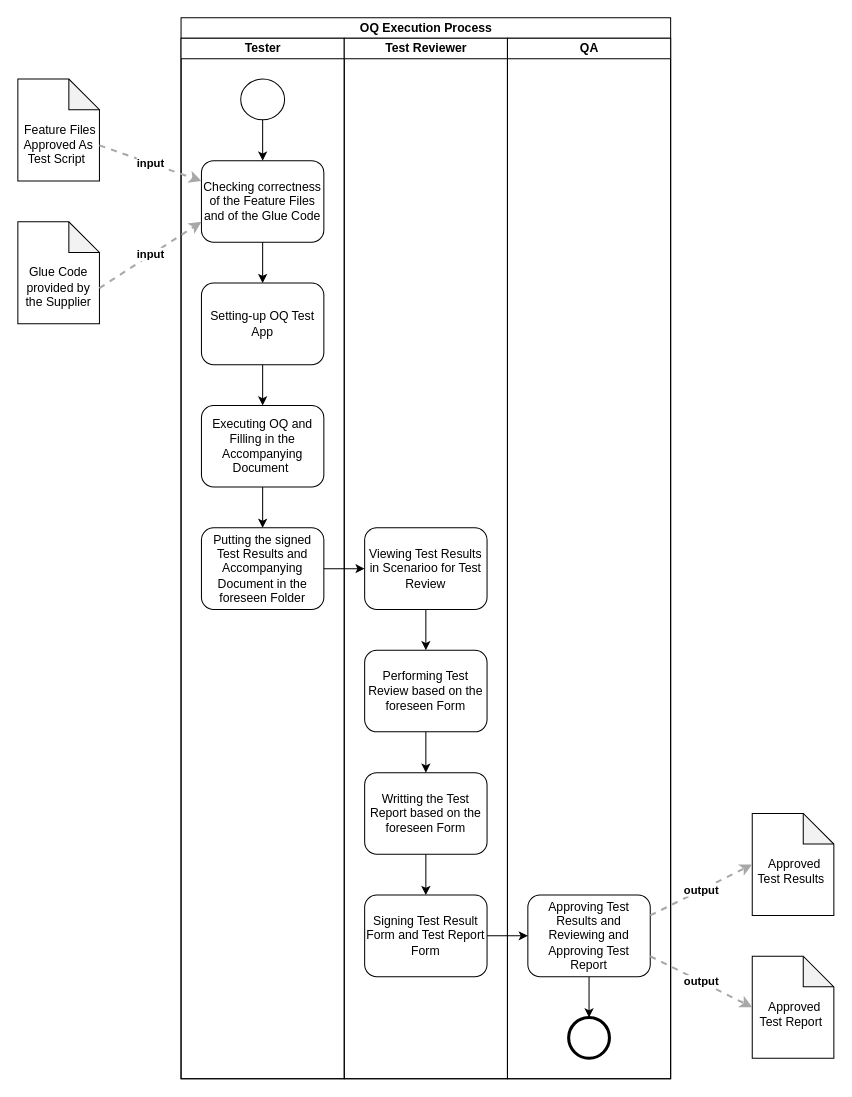
Before: jba-oq-documents/OQ-Execution Process.drawio in sableu/BDD4OQ, a draw.io diagram. Source tidied: cells renumbered, new cells numbered last; positions are measured from the earlier drawing's top-left corner, leaving out a move shared by most shapes. Both pictures are drawn from the tidied source at 102%, with x=0, y=0 at pixel (17, 17).
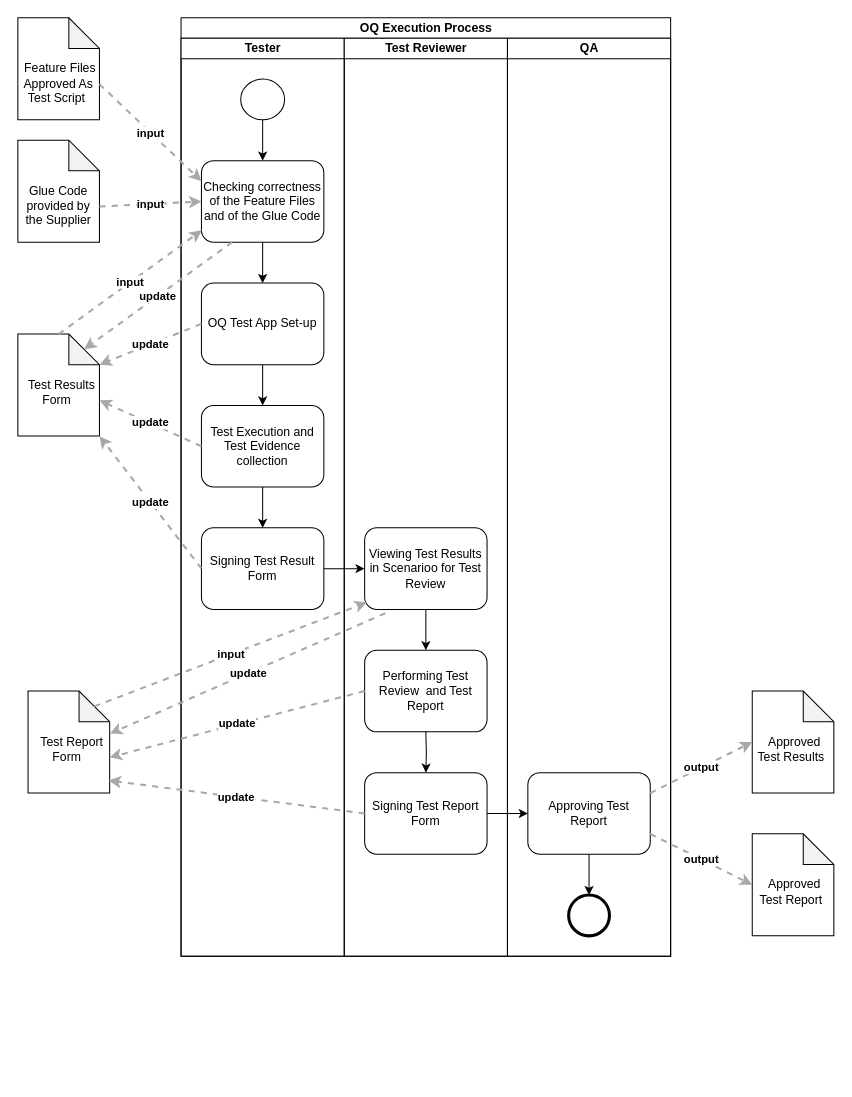
After the change.

The change refers to these unchanged cells:
```xml
<mxCell id="7" value="Checking correctness of the Feature Files and of the Glue Code" style="shape=ext;rounded=1;html=1;whiteSpace=wrap;" parent="5" vertex="1">
  <mxGeometry x="20" y="120" width="120" height="80" as="geometry" />
</mxCell>
```

Change to the diagram source:
```diff
@@
     <mxCell id="2" value="&lt;br&gt;&lt;br&gt;&amp;nbsp;Feature Files Approved As &lt;br&gt;Test Script&amp;nbsp;" style="shape=note;whiteSpace=wrap;html=1;backgroundOutline=1;darkOpacity=0.05;" parent="1" vertex="1">
-      <mxGeometry y="60" width="80" height="100" as="geometry" />
+      <mxGeometry width="80" height="100" as="geometry" />
     </mxCell>
     <mxCell id="3" value="&lt;br&gt;&lt;br&gt;Glue Code provided by the Supplier" style="shape=note;whiteSpace=wrap;html=1;backgroundOutline=1;darkOpacity=0.05;" parent="1" vertex="1">
-      <mxGeometry y="200" width="80" height="100" as="geometry" />
+      <mxGeometry y="120" width="80" height="100" as="geometry" />
     </mxCell>
     <mxCell id="4" value="OQ Execution Process" style="swimlane;html=1;startSize=20;" parent="1" vertex="1">
-      <mxGeometry x="160" width="480" height="1040" as="geometry" />
+      <mxGeometry x="160" width="480" height="920" as="geometry" />
     </mxCell>
     <mxCell id="5" value="Tester" style="swimlane;html=1;startSize=20;" parent="4" vertex="1">
-      <mxGeometry y="20" width="160" height="1020" as="geometry" />
+      <mxGeometry y="20" width="160" height="900" as="geometry" />
     </mxCell>
@@
-    <mxCell id="8" value="Setting-up OQ Test App" style="shape=ext;rounded=1;html=1;whiteSpace=wrap;" parent="5" vertex="1">
+    <mxCell id="8" value="OQ Test App Set-up" style="shape=ext;rounded=1;html=1;whiteSpace=wrap;" parent="5" vertex="1">
       <mxGeometry x="20" y="240" width="120" height="80" as="geometry" />
     </mxCell>
-    <mxCell id="9" value="Putting the signed Test Results and Accompanying Document in the foreseen Folder" style="shape=ext;rounded=1;html=1;whiteSpace=wrap;" parent="5" vertex="1">
+    <mxCell id="9" value="Signing Test Result Form" style="shape=ext;rounded=1;html=1;whiteSpace=wrap;" parent="5" vertex="1">
       <mxGeometry x="20" y="480" width="120" height="80" as="geometry" />
     </mxCell>
@@
-    <mxCell id="14" value="Executing OQ and Filling in the Accompanying Document&amp;nbsp;" style="shape=ext;rounded=1;html=1;whiteSpace=wrap;" parent="5" vertex="1">
+    <mxCell id="14" value="Test Execution and Test Evidence collection" style="shape=ext;rounded=1;html=1;whiteSpace=wrap;" parent="5" vertex="1">
       <mxGeometry x="20" y="360" width="120" height="80" as="geometry" />
     </mxCell>
     <mxCell id="15" value="Test Reviewer" style="swimlane;html=1;startSize=20;" parent="4" vertex="1">
-      <mxGeometry x="160" y="20" width="160" height="1020" as="geometry" />
+      <mxGeometry x="160" y="20" width="160" height="900" as="geometry" />
     </mxCell>
@@
+    <mxCell id="20" value="Viewing Test Results in Scenarioo for Test Review" style="shape=ext;rounded=1;html=1;whiteSpace=wrap;" parent="15" vertex="1">
+      <mxGeometry x="20" y="480" width="120" height="80" as="geometry" />
+    </mxCell>
+    <mxCell id="22" value="Performing Test Review&amp;nbsp; and Test Report" style="shape=ext;rounded=1;html=1;whiteSpace=wrap;" parent="15" vertex="1">
+      <mxGeometry x="20" y="600" width="120" height="80" as="geometry" />
+    </mxCell>
-    <mxCell id="17" value="Signing Test Result Form and Test Report Form" style="shape=ext;rounded=1;html=1;whiteSpace=wrap;" parent="15" vertex="1">
-      <mxGeometry x="20" y="840" width="120" height="80" as="geometry" />
+    <mxCell id="17" value="Signing Test Report Form" style="shape=ext;rounded=1;html=1;whiteSpace=wrap;" parent="15" vertex="1">
+      <mxGeometry x="20" y="720" width="120" height="80" as="geometry" />
     </mxCell>
-    <mxCell id="18" style="edgeStyle=orthogonalEdgeStyle;rounded=0;jettySize=auto;html=1;entryX=0.5;entryY=0;entryDx=0;entryDy=0;" parent="15" edge="1" source="19" target="17">
-      <mxGeometry relative="1" as="geometry" />
+    <mxCell id="18" style="edgeStyle=orthogonalEdgeStyle;rounded=0;jettySize=auto;html=1;entryX=0.5;entryY=0;entryDx=0;entryDy=0;" parent="15" edge="1" target="17">
+      <mxGeometry relative="1" as="geometry">
+        <mxPoint x="80" y="680" as="sourcePoint" />
+      </mxGeometry>
     </mxCell>
-    <mxCell id="19" value="Writting the Test Report based on the foreseen Form" style="shape=ext;rounded=1;html=1;whiteSpace=wrap;" parent="15" vertex="1">
-      <mxGeometry x="20" y="720" width="120" height="80" as="geometry" />
-    </mxCell>
-    <mxCell id="20" value="Viewing Test Results in Scenarioo for Test Review" style="shape=ext;rounded=1;html=1;whiteSpace=wrap;" parent="15" vertex="1">
-      <mxGeometry x="20" y="480" width="120" height="80" as="geometry" />
-    </mxCell>
-    <mxCell id="21" style="edgeStyle=orthogonalEdgeStyle;rounded=0;jettySize=auto;html=1;entryX=0.5;entryY=0;entryDx=0;entryDy=0;" parent="15" edge="1" source="22" target="19">
-      <mxGeometry relative="1" as="geometry" />
-    </mxCell>
-    <mxCell id="22" value="Performing Test Review based on the foreseen Form" style="shape=ext;rounded=1;html=1;whiteSpace=wrap;" parent="15" vertex="1">
-      <mxGeometry x="20" y="600" width="120" height="80" as="geometry" />
-    </mxCell>
+    <mxCell id="28" style="edgeStyle=orthogonalEdgeStyle;rounded=0;jettySize=auto;html=1;entryX=0;entryY=0.5;entryDx=0;entryDy=0;" parent="4" edge="1" source="17" target="26">
+      <mxGeometry relative="1" as="geometry" />
+    </mxCell>
     <mxCell id="23" value="QA" style="swimlane;html=1;startSize=20;" parent="4" vertex="1">
-      <mxGeometry x="320" y="20" width="160" height="1020" as="geometry" />
+      <mxGeometry x="320" y="20" width="160" height="900" as="geometry" />
     </mxCell>
     <mxCell id="24" style="shape=mxgraph.bpmn.shape;html=1;verticalLabelPosition=bottom;labelBackgroundColor=#ffffff;verticalAlign=top;align=center;perimeter=ellipsePerimeter;outlineConnect=0;outline=end;symbol=general;" parent="23" vertex="1">
-      <mxGeometry x="60" y="960" width="40" height="40" as="geometry" />
+      <mxGeometry x="60" y="840" width="40" height="40" as="geometry" />
     </mxCell>
@@
-    <mxCell id="26" value="Approving Test Results and Reviewing and Approving Test Report" style="shape=ext;rounded=1;html=1;whiteSpace=wrap;" parent="23" vertex="1">
-      <mxGeometry x="20" y="840" width="120" height="80" as="geometry" />
+    <mxCell id="26" value="Approving Test Report" style="shape=ext;rounded=1;html=1;whiteSpace=wrap;" parent="23" vertex="1">
+      <mxGeometry x="20" y="720" width="120" height="80" as="geometry" />
     </mxCell>
@@
-    <mxCell id="28" style="edgeStyle=orthogonalEdgeStyle;rounded=0;jettySize=auto;html=1;entryX=0;entryY=0.5;entryDx=0;entryDy=0;" parent="4" edge="1" source="17" target="26">
-      <mxGeometry relative="1" as="geometry" />
-    </mxCell>
@@
-    <mxCell id="30" value="&lt;div style=&quot;text-align: left&quot;&gt;&lt;div style=&quot;text-align: center&quot;&gt;&lt;b&gt;input&lt;/b&gt;&lt;/div&gt;&lt;/div&gt;" style="edgeStyle=none;rounded=0;html=1;entryX=0;entryY=0.75;jettySize=auto;strokeColor=#A8A8A8;strokeWidth=2;fontColor=#000000;jumpStyle=none;dashed=1;entryDx=0;entryDy=0;exitX=0;exitY=0;exitDx=80;exitDy=65;exitPerimeter=0;" parent="1" edge="1" source="3" target="7">
+    <mxCell id="30" value="&lt;div style=&quot;text-align: left&quot;&gt;&lt;div style=&quot;text-align: center&quot;&gt;&lt;b&gt;input&lt;/b&gt;&lt;/div&gt;&lt;/div&gt;" style="edgeStyle=none;rounded=0;html=1;entryX=0;entryY=0.5;jettySize=auto;strokeColor=#A8A8A8;strokeWidth=2;fontColor=#000000;jumpStyle=none;dashed=1;entryDx=0;entryDy=0;exitX=0;exitY=0;exitDx=80;exitDy=65;exitPerimeter=0;" parent="1" edge="1" source="3" target="7">
       <mxGeometry relative="1" as="geometry" />
     </mxCell>
     <mxCell id="31" value="&lt;br&gt;&amp;nbsp;Approved Test Report&amp;nbsp;" style="shape=note;whiteSpace=wrap;html=1;backgroundOutline=1;darkOpacity=0.05;" parent="1" vertex="1">
-      <mxGeometry x="720" y="920" width="80" height="100" as="geometry" />
+      <mxGeometry x="720" y="800" width="80" height="100" as="geometry" />
     </mxCell>
     <mxCell id="32" value="&lt;br&gt;&amp;nbsp;Approved Test Results&amp;nbsp;" style="shape=note;whiteSpace=wrap;html=1;backgroundOutline=1;darkOpacity=0.05;" parent="1" vertex="1">
-      <mxGeometry x="720" y="780" width="80" height="100" as="geometry" />
+      <mxGeometry x="720" y="660" width="80" height="100" as="geometry" />
     </mxCell>
@@
+    <mxCell id="35" value="&lt;br&gt;&amp;nbsp; Test Results&lt;br&gt;Form&amp;nbsp;" style="shape=note;whiteSpace=wrap;html=1;backgroundOutline=1;darkOpacity=0.05;" parent="1" vertex="1">
+      <mxGeometry y="310" width="80" height="100" as="geometry" />
+    </mxCell>
+    <mxCell id="36" value="&lt;div style=&quot;text-align: left&quot;&gt;&lt;div style=&quot;text-align: center&quot;&gt;&lt;b&gt;input&lt;/b&gt;&lt;/div&gt;&lt;/div&gt;" style="edgeStyle=none;rounded=0;html=1;jettySize=auto;strokeColor=#A8A8A8;strokeWidth=2;fontColor=#000000;jumpStyle=none;dashed=1;exitX=0.5;exitY=0;exitDx=0;exitDy=0;exitPerimeter=0;entryX=0.003;entryY=0.854;entryDx=0;entryDy=0;entryPerimeter=0;" parent="1" edge="1" source="35" target="7">
+      <mxGeometry relative="1" as="geometry" />
+    </mxCell>
+    <mxCell id="37" value="&lt;div style=&quot;text-align: left&quot;&gt;&lt;div style=&quot;text-align: center&quot;&gt;&lt;b&gt;update&lt;/b&gt;&lt;/div&gt;&lt;/div&gt;" style="edgeStyle=none;rounded=0;html=1;entryX=0;entryY=0;jettySize=auto;strokeColor=#A8A8A8;strokeWidth=2;fontColor=#000000;jumpStyle=none;dashed=1;entryDx=65;entryDy=15;exitX=0.25;exitY=1;exitDx=0;exitDy=0;entryPerimeter=0;" parent="1" edge="1" source="7" target="35">
+      <mxGeometry relative="1" as="geometry" />
+    </mxCell>
+    <mxCell id="38" value="&lt;div style=&quot;text-align: left&quot;&gt;&lt;div style=&quot;text-align: center&quot;&gt;&lt;b&gt;update&lt;/b&gt;&lt;/div&gt;&lt;/div&gt;" style="edgeStyle=none;rounded=0;html=1;entryX=0;entryY=0;jettySize=auto;strokeColor=#A8A8A8;strokeWidth=2;fontColor=#000000;jumpStyle=none;dashed=1;entryDx=80;entryDy=30;exitX=0;exitY=0.5;exitDx=0;exitDy=0;entryPerimeter=0;" parent="1" edge="1" source="8" target="35">
+      <mxGeometry relative="1" as="geometry" />
+    </mxCell>
+    <mxCell id="39" value="&lt;div style=&quot;text-align: left&quot;&gt;&lt;div style=&quot;text-align: center&quot;&gt;&lt;b&gt;update&lt;/b&gt;&lt;/div&gt;&lt;/div&gt;" style="edgeStyle=none;rounded=0;html=1;entryX=0;entryY=0;jettySize=auto;strokeColor=#A8A8A8;strokeWidth=2;fontColor=#000000;jumpStyle=none;dashed=1;entryDx=80;entryDy=65;exitX=0;exitY=0.5;exitDx=0;exitDy=0;entryPerimeter=0;" parent="1" edge="1" source="14" target="35">
+      <mxGeometry relative="1" as="geometry" />
+    </mxCell>
+    <mxCell id="40" value="&lt;div style=&quot;text-align: left&quot;&gt;&lt;div style=&quot;text-align: center&quot;&gt;&lt;b&gt;update&lt;/b&gt;&lt;/div&gt;&lt;/div&gt;" style="edgeStyle=none;rounded=0;html=1;entryX=1;entryY=1;jettySize=auto;strokeColor=#A8A8A8;strokeWidth=2;fontColor=#000000;jumpStyle=none;dashed=1;entryDx=0;entryDy=0;exitX=0;exitY=0.5;exitDx=0;exitDy=0;entryPerimeter=0;" parent="1" edge="1" source="9" target="35">
+      <mxGeometry relative="1" as="geometry" />
+    </mxCell>
+    <mxCell id="41" value="&lt;br&gt;&amp;nbsp; Test Report&lt;br&gt;Form&amp;nbsp;" style="shape=note;whiteSpace=wrap;html=1;backgroundOutline=1;darkOpacity=0.05;" parent="1" vertex="1">
+      <mxGeometry x="10" y="660" width="80" height="100" as="geometry" />
+    </mxCell>
+    <mxCell id="42" value="&lt;div style=&quot;text-align: left&quot;&gt;&lt;div style=&quot;text-align: center&quot;&gt;&lt;b&gt;input&lt;/b&gt;&lt;/div&gt;&lt;/div&gt;" style="edgeStyle=none;rounded=0;html=1;jettySize=auto;strokeColor=#A8A8A8;strokeWidth=2;fontColor=#000000;jumpStyle=none;dashed=1;exitX=0;exitY=0;exitDx=65;exitDy=15;exitPerimeter=0;entryX=0.019;entryY=0.913;entryDx=0;entryDy=0;entryPerimeter=0;" parent="1" edge="1" source="41" target="20">
+      <mxGeometry relative="1" as="geometry" />
+    </mxCell>
+    <mxCell id="43" value="&lt;div style=&quot;text-align: left&quot;&gt;&lt;div style=&quot;text-align: center&quot;&gt;&lt;b&gt;update&lt;/b&gt;&lt;/div&gt;&lt;/div&gt;" style="edgeStyle=none;rounded=0;html=1;entryX=1.004;entryY=0.417;jettySize=auto;strokeColor=#A8A8A8;strokeWidth=2;fontColor=#000000;jumpStyle=none;dashed=1;entryDx=0;entryDy=0;exitX=0.169;exitY=1.046;exitDx=0;exitDy=0;entryPerimeter=0;exitPerimeter=0;" parent="1" edge="1" source="20" target="41">
+      <mxGeometry relative="1" as="geometry" />
+    </mxCell>
+    <mxCell id="44" value="&lt;div style=&quot;text-align: left&quot;&gt;&lt;div style=&quot;text-align: center&quot;&gt;&lt;b&gt;update&lt;/b&gt;&lt;/div&gt;&lt;/div&gt;" style="edgeStyle=none;rounded=0;html=1;entryX=0;entryY=0;jettySize=auto;strokeColor=#A8A8A8;strokeWidth=2;fontColor=#000000;jumpStyle=none;dashed=1;entryDx=80;entryDy=65;exitX=0;exitY=0.5;exitDx=0;exitDy=0;entryPerimeter=0;" parent="1" edge="1" source="22" target="41">
+      <mxGeometry relative="1" as="geometry" />
+    </mxCell>
+    <mxCell id="45" value="&lt;div style=&quot;text-align: left&quot;&gt;&lt;div style=&quot;text-align: center&quot;&gt;&lt;b&gt;update&lt;/b&gt;&lt;/div&gt;&lt;/div&gt;" style="edgeStyle=none;rounded=0;html=1;entryX=0.988;entryY=0.877;jettySize=auto;strokeColor=#A8A8A8;strokeWidth=2;fontColor=#000000;jumpStyle=none;dashed=1;entryDx=0;entryDy=0;exitX=0;exitY=0.5;exitDx=0;exitDy=0;entryPerimeter=0;" parent="1" edge="1" source="17" target="41">
+      <mxGeometry relative="1" as="geometry" />
+    </mxCell>
```
